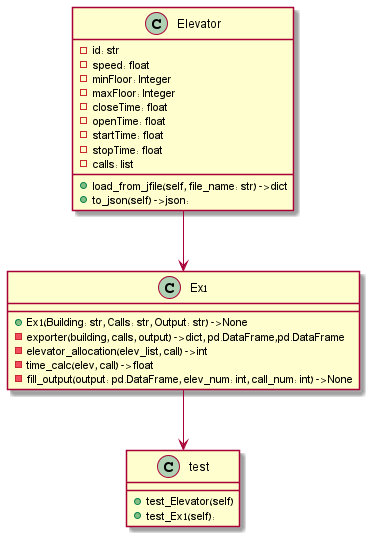
Before: UML_img.png, a diagram exported from PlantUML (haimgoldfisher/OOP_ex1).
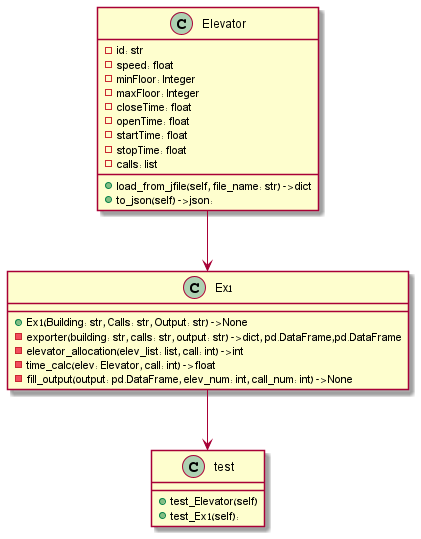
The same diagram one commit later.

Commit message:
comments & UML

The edit, as a diff of the source:
```diff
@@ -18,9 +18,9 @@
 class Ex1
 {
     + Ex1(Building: str, Calls: str, Output: str) -> None
-    - exporter(building, calls, output) -> dict, pd.DataFrame,pd.DataFrame
-    - elevator_allocation(elev_list, call) -> int
-    - time_calc(elev, call) -> float
+    - exporter(building: str, calls: str, output: str) -> dict, pd.DataFrame,pd.DataFrame
+    - elevator_allocation(elev_list: list, call: int) -> int
+    - time_calc(elev: Elevator, call: int) -> float
     - fill_output(output: pd.DataFrame, elev_num: int, call_num: int) -> None
 
 }
```
